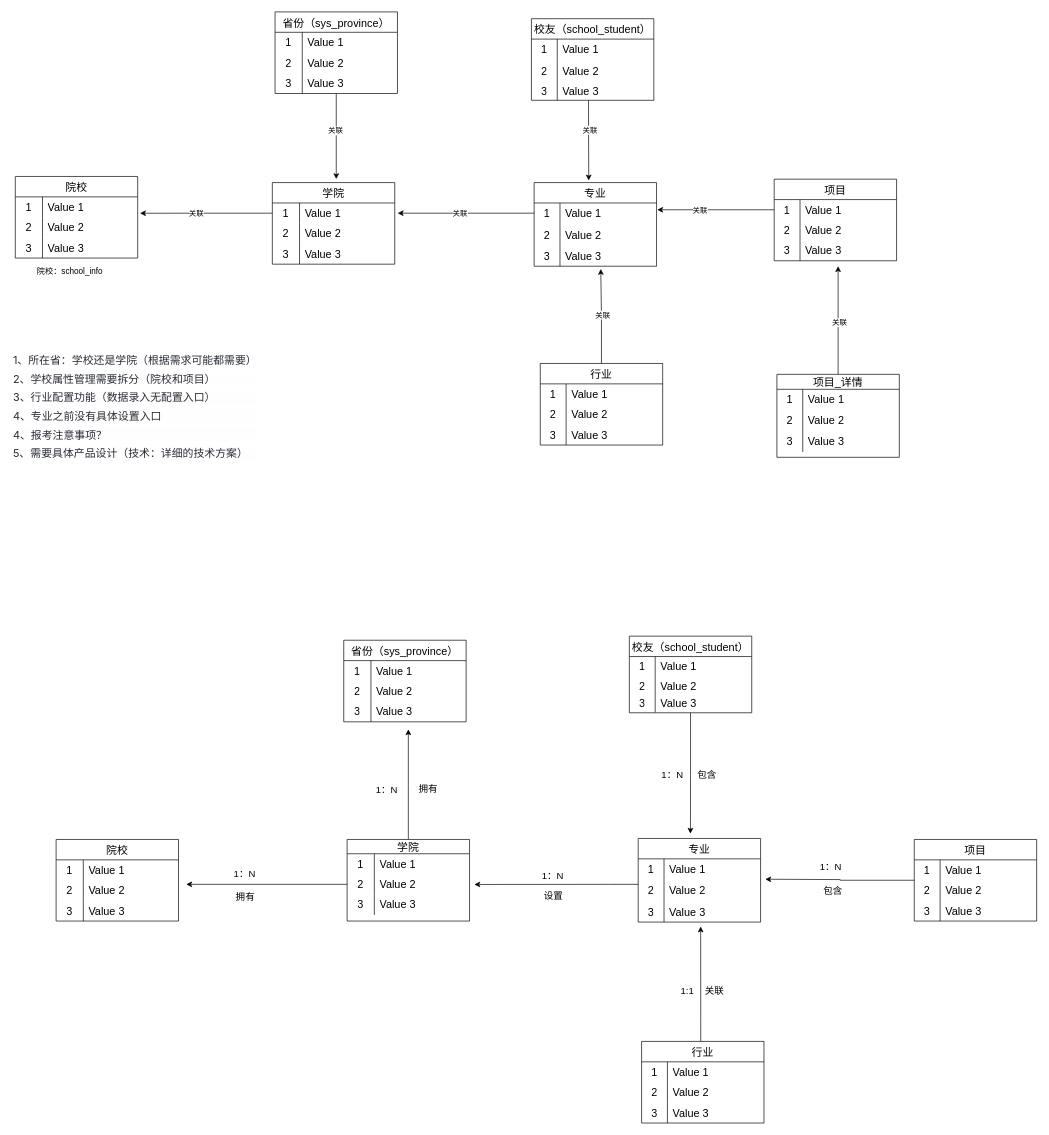
The draw.io diagram 海绵业务流程图/院校库大纲设计.drawio in YYB1024/myRemoteRepo, before the edit. Source tidied: cells renumbered, new cells numbered last; positions are measured from the earlier drawing's top-left corner, leaving out a move shared by most shapes. Both pictures are drawn from the tidied source at 68%, with x=0, y=0 at pixel (12, 12).
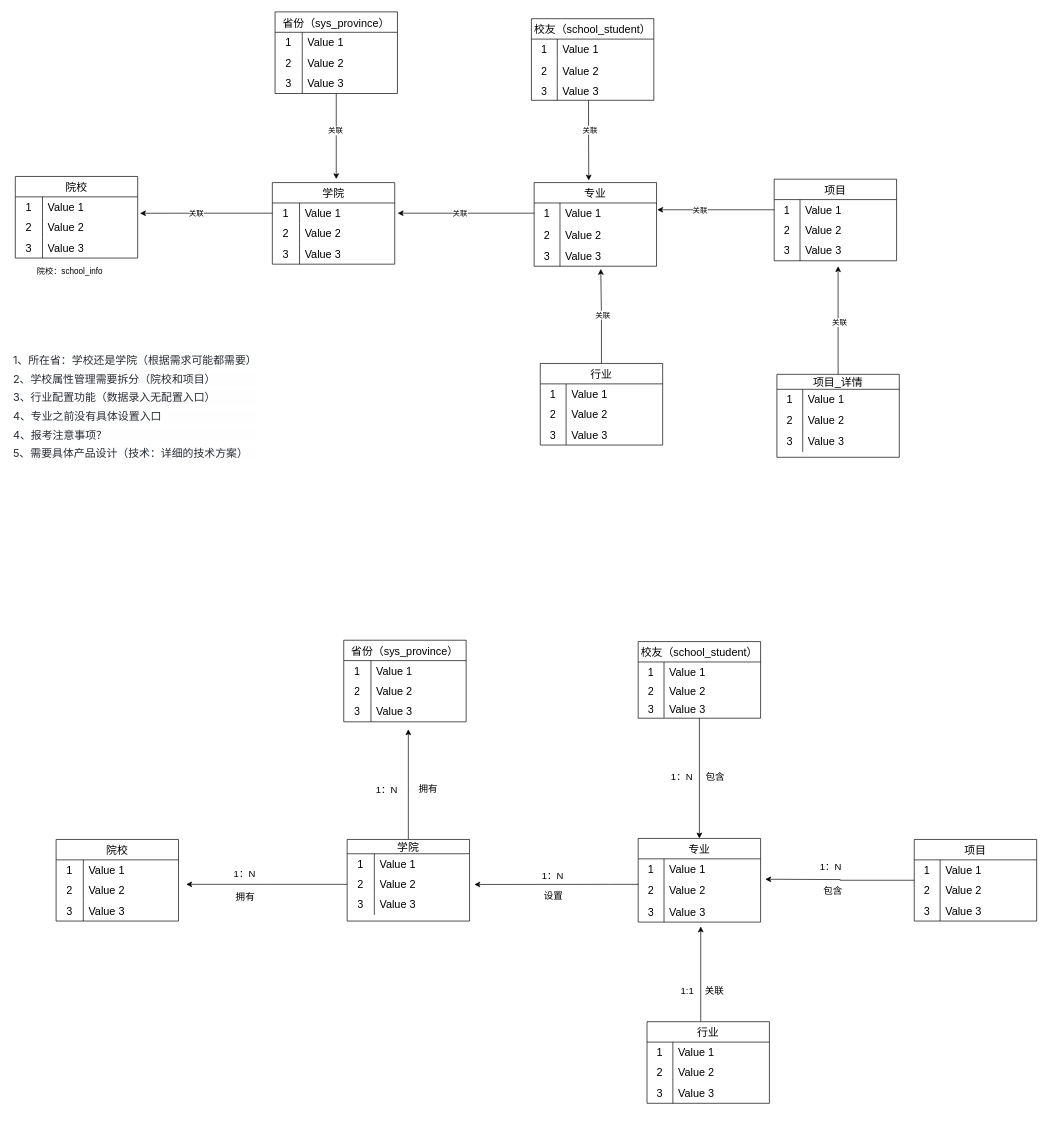
After the change.

Commit message (it also covers changes not shown here):
更新院校库大纲设计.drawio

Unchanged cells that the change refers to:
```xml
<mxCell id="135" value="专业" style="shape=table;startSize=30;childLayout=tableLayout;rowLines=0;fontStyle=0;strokeColor=default;fontSize=16;" parent="1" vertex="1">
  <mxGeometry x="921" y="1215.5" width="180" height="123" as="geometry" />
</mxCell>
```

What changed in the source:
```diff
@@
+    <mxCell id="170" style="edgeStyle=orthogonalEdgeStyle;rounded=0;jettySize=auto;html=1;entryX=0.5;entryY=0;entryDx=0;entryDy=0;" parent="1" edge="1" source="160" target="135">
+      <mxGeometry relative="1" as="geometry" />
+    </mxCell>
     <mxCell id="160" value="校友（school_student）" style="shape=table;startSize=30;childLayout=tableLayout;rowLines=0;fontStyle=0;strokeColor=default;fontSize=16;" parent="1" vertex="1">
-      <mxGeometry x="908" y="918" width="180" height="112.7" as="geometry" />
+      <mxGeometry x="921" y="926" width="180" height="112.7" as="geometry" />
     </mxCell>
@@
-    <mxCell id="170" style="edgeStyle=orthogonalEdgeStyle;rounded=0;jettySize=auto;html=1;entryX=0.427;entryY=-0.057;entryDx=0;entryDy=0;entryPerimeter=0;" parent="1" edge="1" source="160" target="135">
-      <mxGeometry relative="1" as="geometry" />
-    </mxCell>
     <mxCell id="171" value="&lt;font style=&quot;font-size: 14px;&quot;&gt;1：N&lt;/font&gt;" style="text;html=1;align=center;verticalAlign=middle;strokeColor=none;fillColor=none;fontSize=14;" parent="1" vertex="1">
-      <mxGeometry x="946" y="1107" width="50" height="29" as="geometry" />
+      <mxGeometry x="960" y="1110" width="50" height="29" as="geometry" />
     </mxCell>
     <mxCell id="172" style="edgeStyle=orthogonalEdgeStyle;rounded=0;jettySize=auto;html=1;" parent="1" edge="1" source="173">
       <mxGeometry relative="1" as="geometry">
-        <mxPoint x="1012.9" y="1345" as="targetPoint" />
+        <mxPoint x="1013" y="1345" as="targetPoint" />
         <Array as="points">
           <mxPoint x="1013" y="1480" />
           <mxPoint x="1013" y="1480" />
         </Array>
       </mxGeometry>
     </mxCell>
     <mxCell id="173" value="行业" style="shape=table;startSize=30;childLayout=tableLayout;rowLines=0;fontStyle=0;strokeColor=default;fontSize=16;" parent="1" vertex="1">
-      <mxGeometry x="926" y="1514" width="180" height="120" as="geometry" />
+      <mxGeometry x="934" y="1485" width="180" height="120" as="geometry" />
     </mxCell>
@@
     <mxCell id="185" value="&lt;font style=&quot;font-size: 14px;&quot;&gt;包含&lt;/font&gt;" style="text;html=1;align=center;verticalAlign=middle;strokeColor=none;fillColor=none;fontSize=14;" parent="1" vertex="1">
-      <mxGeometry x="999" y="1107" width="46" height="29" as="geometry" />
+      <mxGeometry x="1011" y="1110" width="46" height="29" as="geometry" />
     </mxCell>
```
